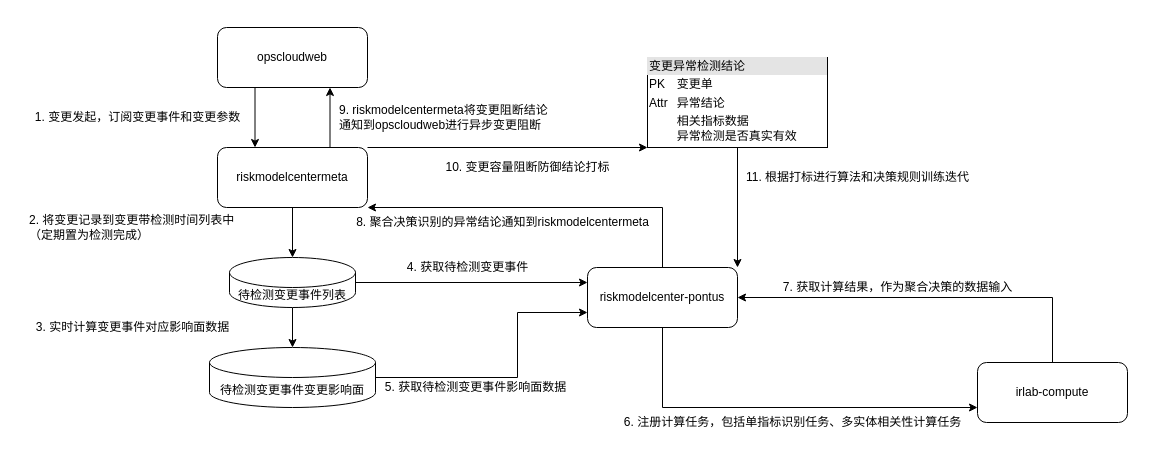
This is 蚂蚁金服/变更容量防御工程交互结构.drawio from frankneu/draw.io, a draw.io file, before an edit. Source tidied: cells renumbered, new cells numbered last; positions are measured from the earlier drawing's top-left corner, leaving out a move shared by most shapes. Both pictures are drawn from the tidied source at 100%, with x=0, y=0 at pixel (27, 27).
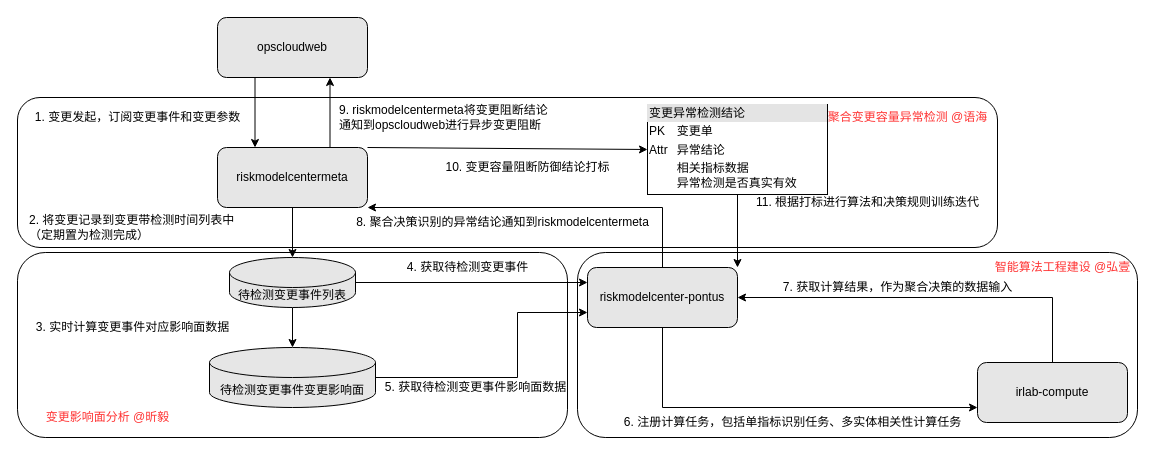
Above is the later version.

Commit message:
Update 变更容量防御工程交互结构.drawio

The edit, as a diff of the source:
```diff
@@
+    <mxCell id="31" style="rounded=1;whiteSpace=wrap;html=1;" parent="1" vertex="1">
+      <mxGeometry x="550" y="225" width="560" height="185" as="geometry" />
+    </mxCell>
+    <mxCell id="32" style="rounded=1;whiteSpace=wrap;html=1;" parent="1" vertex="1">
+      <mxGeometry x="-10" y="225" width="550" height="185" as="geometry" />
+    </mxCell>
+    <mxCell id="33" style="rounded=1;whiteSpace=wrap;html=1;" parent="1" vertex="1">
+      <mxGeometry x="-10" y="70" width="980" height="150" as="geometry" />
+    </mxCell>
@@
-    <mxCell id="4" value="riskmodelcenter-pontus" style="rounded=1;whiteSpace=wrap;html=1;" parent="1" vertex="1">
+    <mxCell id="4" value="riskmodelcenter-pontus" style="rounded=1;whiteSpace=wrap;html=1;fillColor=#E6E6E6;" parent="1" vertex="1">
       <mxGeometry x="560" y="240" width="150" height="60" as="geometry" />
     </mxCell>
@@
-    <mxCell id="7" style="rounded=0;jettySize=auto;html=1;exitX=1;exitY=0;exitDx=0;exitDy=0;entryX=0;entryY=1;entryDx=0;entryDy=0;" parent="1" edge="1" source="8" target="28">
+    <mxCell id="7" style="rounded=0;jettySize=auto;html=1;exitX=1;exitY=0;exitDx=0;exitDy=0;entryX=0;entryY=0.5;entryDx=0;entryDy=0;" parent="1" edge="1" source="8" target="28">
       <mxGeometry relative="1" as="geometry" />
     </mxCell>
-    <mxCell id="8" value="riskmodelcentermeta" style="rounded=1;whiteSpace=wrap;html=1;" parent="1" vertex="1">
+    <mxCell id="8" value="riskmodelcentermeta" style="rounded=1;whiteSpace=wrap;html=1;fillColor=#E6E6E6;" parent="1" vertex="1">
       <mxGeometry x="190" y="120" width="150" height="60" as="geometry" />
     </mxCell>
@@
-    <mxCell id="10" value="opscloudweb" style="rounded=1;whiteSpace=wrap;html=1;" parent="1" vertex="1">
-      <mxGeometry x="190" width="150" height="60" as="geometry" />
+    <mxCell id="10" value="opscloudweb" style="rounded=1;whiteSpace=wrap;html=1;fillColor=#E6E6E6;" parent="1" vertex="1">
+      <mxGeometry x="190" y="-10" width="150" height="60" as="geometry" />
     </mxCell>
@@
-    <mxCell id="12" value="irlab-compute" style="rounded=1;whiteSpace=wrap;html=1;" parent="1" vertex="1">
+    <mxCell id="12" value="irlab-compute" style="rounded=1;whiteSpace=wrap;html=1;fillColor=#E6E6E6;" parent="1" vertex="1">
       <mxGeometry x="950" y="335" width="150" height="60" as="geometry" />
     </mxCell>
@@
-    <mxCell id="16" value="待检测变更事件列表" style="shape=cylinder3;whiteSpace=wrap;html=1;boundedLbl=1;backgroundOutline=1;size=15;" parent="1" vertex="1">
+    <mxCell id="16" value="待检测变更事件列表" style="shape=cylinder3;whiteSpace=wrap;html=1;boundedLbl=1;backgroundOutline=1;size=15;fillColor=#E6E6E6;" parent="1" vertex="1">
       <mxGeometry x="202" y="230" width="126" height="50" as="geometry" />
     </mxCell>
@@
-    <mxCell id="18" value="待检测变更事件变更影响面" style="shape=cylinder3;whiteSpace=wrap;html=1;boundedLbl=1;backgroundOutline=1;size=15;" parent="1" vertex="1">
+    <mxCell id="18" value="待检测变更事件变更影响面" style="shape=cylinder3;whiteSpace=wrap;html=1;boundedLbl=1;backgroundOutline=1;size=15;fillColor=#E6E6E6;" parent="1" vertex="1">
       <mxGeometry x="182" y="320" width="166" height="60" as="geometry" />
     </mxCell>
@@
     <mxCell id="28" value="&lt;div style=&quot;box-sizing: border-box ; width: 100% ; background: #e4e4e4 ; padding: 2px&quot;&gt;变更异常检测结论&lt;/div&gt;&lt;table style=&quot;width: 100% ; font-size: 1em&quot; cellpadding=&quot;2&quot; cellspacing=&quot;0&quot;&gt;&lt;tbody&gt;&lt;tr&gt;&lt;td&gt;PK&lt;/td&gt;&lt;td&gt;变更单&lt;/td&gt;&lt;/tr&gt;&lt;tr&gt;&lt;td&gt;Attr&lt;/td&gt;&lt;td&gt;异常结论&lt;/td&gt;&lt;/tr&gt;&lt;tr&gt;&lt;td&gt;&lt;/td&gt;&lt;td&gt;相关指标数据&lt;br&gt;异常检测是否真实有效&lt;/td&gt;&lt;/tr&gt;&lt;/tbody&gt;&lt;/table&gt;" style="verticalAlign=top;align=left;overflow=fill;html=1;" parent="1" vertex="1">
-      <mxGeometry x="620" y="30" width="180" height="90" as="geometry" />
+      <mxGeometry x="620" y="77" width="180" height="90" as="geometry" />
     </mxCell>
     <mxCell id="29" value="11. 根据打标进行算法和决策规则训练迭代" style="text;html=1;align=center;verticalAlign=middle;strokeColor=none;" parent="1" vertex="1">
-      <mxGeometry x="710" y="140" width="240" height="20" as="geometry" />
+      <mxGeometry x="720" y="165" width="240" height="20" as="geometry" />
     </mxCell>
@@
+    <mxCell id="34" value="&lt;font color=&quot;#ff3333&quot;&gt;聚合变更容量异常检测 @语海&lt;/font&gt;" style="text;html=1;align=center;verticalAlign=middle;strokeColor=none;" parent="1" vertex="1">
+      <mxGeometry x="790" y="80" width="180" height="20" as="geometry" />
+    </mxCell>
+    <mxCell id="35" value="&lt;font color=&quot;#ff3333&quot;&gt;变更影响面分析 @昕毅&lt;/font&gt;" style="text;html=1;align=center;verticalAlign=middle;strokeColor=none;" parent="1" vertex="1">
+      <mxGeometry x="10" y="380" width="140" height="20" as="geometry" />
+    </mxCell>
+    <mxCell id="36" value="&lt;font color=&quot;#ff3333&quot;&gt;智能算法工程建设 @弘壹&lt;/font&gt;" style="text;html=1;align=center;verticalAlign=middle;strokeColor=none;" parent="1" vertex="1">
+      <mxGeometry x="960" y="230" width="150" height="20" as="geometry" />
+    </mxCell>
```
